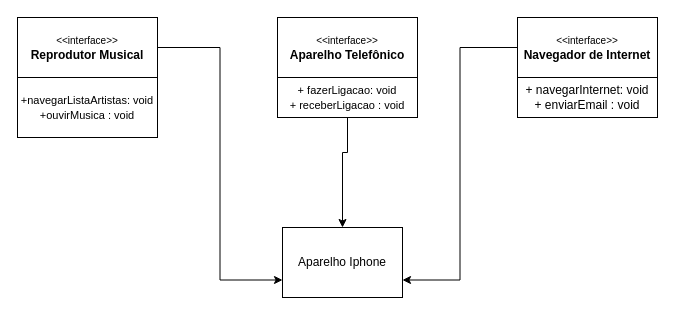
The draw.io diagram Untitled Diagram.drawio in camilahrossii/java__poo-e-uml, before the edit. Source tidied: cells renumbered, new cells numbered last; positions are measured from the earlier drawing's top-left corner, leaving out a move shared by most shapes. Both pictures are drawn from the tidied source at 100%, with x=0, y=0 at pixel (17, 17).
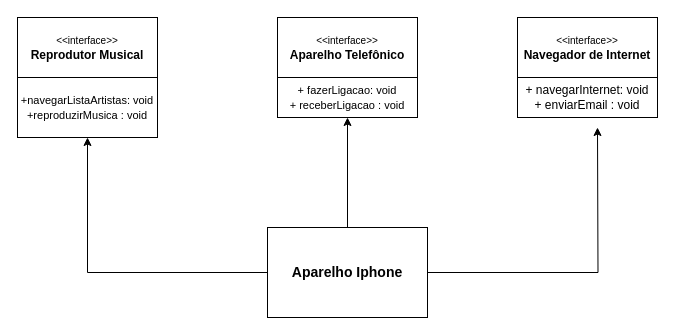
The same diagram, later.

The edit, as a diff of the source:
```diff
@@
 <mxGraphModel>
   <root>
     <mxCell id="0" />
     <mxCell id="1" parent="0" />
-    <mxCell id="2" style="edgeStyle=orthogonalEdgeStyle;rounded=0;jettySize=auto;html=1;entryX=0;entryY=0.75;entryDx=0;entryDy=0;" parent="1" edge="1" source="3" target="8">
-      <mxGeometry relative="1" as="geometry" />
-    </mxCell>
     <mxCell id="3" value="&lt;font style=&quot;font-size: 10px;&quot;&gt;&amp;lt;&amp;lt;interface&amp;gt;&amp;gt;&lt;/font&gt;&lt;br&gt;&lt;b&gt;Reprodutor Musical&lt;/b&gt;" style="rounded=0;whiteSpace=wrap;html=1;" parent="1" vertex="1">
       <mxGeometry width="140" height="60" as="geometry" />
     </mxCell>
-    <mxCell id="4" style="edgeStyle=orthogonalEdgeStyle;rounded=0;jettySize=auto;html=1;" parent="1" edge="1" source="5" target="8">
-      <mxGeometry relative="1" as="geometry" />
-    </mxCell>
     <mxCell id="5" value="&lt;font style=&quot;font-size: 10px;&quot;&gt;&amp;lt;&amp;lt;interface&amp;gt;&amp;gt;&lt;/font&gt;&lt;b&gt;&lt;br&gt;Aparelho Telefônico&lt;/b&gt;" style="rounded=0;whiteSpace=wrap;html=1;" parent="1" vertex="1">
       <mxGeometry x="260" width="140" height="60" as="geometry" />
     </mxCell>
-    <mxCell id="6" style="edgeStyle=orthogonalEdgeStyle;rounded=0;jettySize=auto;html=1;entryX=1;entryY=0.75;entryDx=0;entryDy=0;" parent="1" edge="1" source="7" target="8">
-      <mxGeometry relative="1" as="geometry" />
-    </mxCell>
     <mxCell id="7" value="&lt;font style=&quot;font-size: 10px;&quot;&gt;&amp;lt;&amp;lt;interface&amp;gt;&amp;gt;&lt;/font&gt;&lt;b&gt;&lt;br&gt;Navegador de Internet&lt;/b&gt;" style="rounded=0;whiteSpace=wrap;html=1;" parent="1" vertex="1">
       <mxGeometry x="500" width="140" height="60" as="geometry" />
     </mxCell>
+    <mxCell id="12" style="edgeStyle=orthogonalEdgeStyle;rounded=0;jettySize=auto;html=1;entryX=0.5;entryY=1;entryDx=0;entryDy=0;" parent="1" edge="1" source="8" target="9">
+      <mxGeometry relative="1" as="geometry" />
+    </mxCell>
+    <mxCell id="13" style="edgeStyle=orthogonalEdgeStyle;rounded=0;jettySize=auto;html=1;entryX=0.5;entryY=1;entryDx=0;entryDy=0;" parent="1" edge="1" source="8" target="10">
+      <mxGeometry relative="1" as="geometry" />
+    </mxCell>
+    <mxCell id="14" style="edgeStyle=orthogonalEdgeStyle;rounded=0;jettySize=auto;html=1;" parent="1" edge="1" source="8">
+      <mxGeometry relative="1" as="geometry">
+        <mxPoint x="580" y="110" as="targetPoint" />
+      </mxGeometry>
+    </mxCell>
-    <mxCell id="8" value="Aparelho Iphone" style="rounded=0;whiteSpace=wrap;html=1;" parent="1" vertex="1">
-      <mxGeometry x="265" y="210" width="120" height="70" as="geometry" />
+    <mxCell id="8" value="&lt;b&gt;&lt;font style=&quot;font-size: 14px;&quot;&gt;Aparelho Iphone&lt;/font&gt;&lt;/b&gt;" style="rounded=0;whiteSpace=wrap;html=1;" parent="1" vertex="1">
+      <mxGeometry x="250" y="210" width="160" height="90" as="geometry" />
     </mxCell>
-    <mxCell id="9" value="&lt;font style=&quot;font-size: 11px;&quot;&gt;+navegarListaArtistas: void&lt;br&gt;+ouvirMusica : void&lt;/font&gt;" style="rounded=0;whiteSpace=wrap;html=1;" parent="1" vertex="1">
+    <mxCell id="9" value="&lt;font style=&quot;font-size: 11px;&quot;&gt;+navegarListaArtistas: void&lt;br&gt;+reproduzirMusica : void&lt;/font&gt;" style="rounded=0;whiteSpace=wrap;html=1;" parent="1" vertex="1">
       <mxGeometry y="60" width="140" height="60" as="geometry" />
     </mxCell>
     <mxCell id="10" value="&lt;font style=&quot;font-size: 11px;&quot;&gt;+ fazerLigacao: void&lt;br&gt;+ receberLigacao : void&lt;/font&gt;" style="rounded=0;whiteSpace=wrap;html=1;" parent="1" vertex="1">
       <mxGeometry x="260" y="60" width="140" height="40" as="geometry" />
     </mxCell>
     <mxCell id="11" value="+ navegarInternet: void&lt;br&gt;+ enviarEmail : void" style="rounded=0;whiteSpace=wrap;html=1;" parent="1" vertex="1">
       <mxGeometry x="500" y="60" width="140" height="40" as="geometry" />
     </mxCell>
   </root>
 </mxGraphModel>
```
